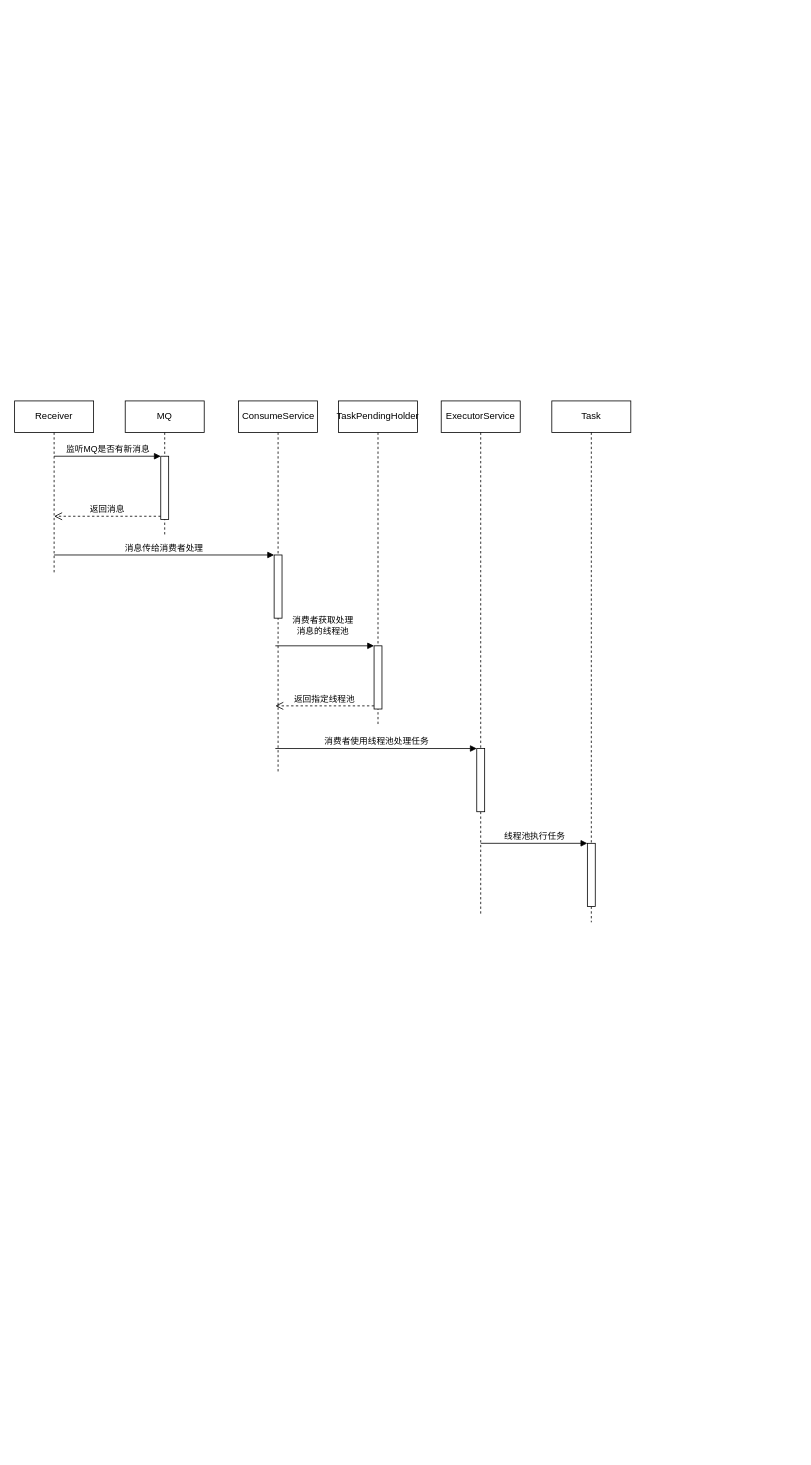
moonckk/drawio keeps this draw.io diagram as austin消费消息流程.drawio. Above is the earlier version. Source tidied: cells renumbered, new cells numbered last; positions are measured from the earlier drawing's top-left corner, leaving out a move shared by most shapes. Both pictures are drawn from the tidied source at 79%, with x=0, y=0 at pixel (14, 401).
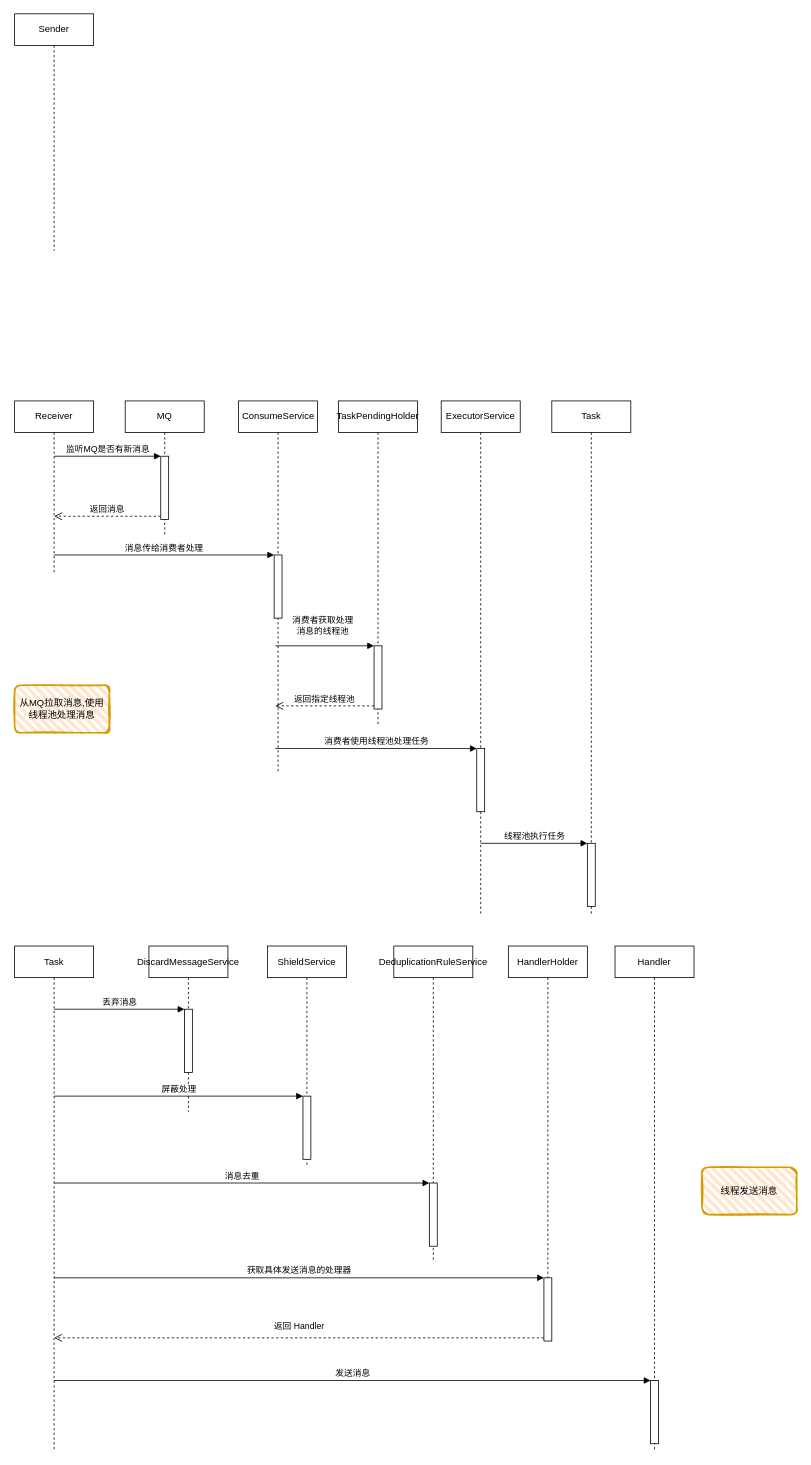
The same diagram, later.

Commit message (it also covers changes not shown here):
更新austin消费消息流程.drawio

The edit, as a diff of the source:
```diff
@@
     <mxCell id="17" value="Task" style="shape=umlLifeline;perimeter=lifelinePerimeter;whiteSpace=wrap;html=1;" parent="1" vertex="1">
-      <mxGeometry x="680" width="100" height="660" as="geometry" />
+      <mxGeometry x="680" width="100" height="650" as="geometry" />
     </mxCell>
@@
+    <mxCell id="20" value="Task" style="shape=umlLifeline;perimeter=lifelinePerimeter;whiteSpace=wrap;html=1;" parent="1" vertex="1">
+      <mxGeometry y="690" width="100" height="640" as="geometry" />
+    </mxCell>
+    <mxCell id="21" value="DiscardMessageService" style="shape=umlLifeline;perimeter=lifelinePerimeter;whiteSpace=wrap;html=1;" parent="1" vertex="1">
+      <mxGeometry x="170" y="690" width="100" height="210" as="geometry" />
+    </mxCell>
+    <mxCell id="22" style="html=1;points=[];perimeter=orthogonalPerimeter;" parent="21" vertex="1">
+      <mxGeometry x="45" y="80" width="10" height="80" as="geometry" />
+    </mxCell>
+    <mxCell id="23" value="ShieldService" style="shape=umlLifeline;perimeter=lifelinePerimeter;whiteSpace=wrap;html=1;" parent="1" vertex="1">
+      <mxGeometry x="320" y="690" width="100" height="280" as="geometry" />
+    </mxCell>
+    <mxCell id="24" style="html=1;points=[];perimeter=orthogonalPerimeter;" parent="23" vertex="1">
+      <mxGeometry x="45" y="190" width="10" height="80" as="geometry" />
+    </mxCell>
+    <mxCell id="25" value="DeduplicationRuleService" style="shape=umlLifeline;perimeter=lifelinePerimeter;whiteSpace=wrap;html=1;" parent="1" vertex="1">
+      <mxGeometry x="480" y="690" width="100" height="400" as="geometry" />
+    </mxCell>
+    <mxCell id="26" style="html=1;points=[];perimeter=orthogonalPerimeter;" parent="25" vertex="1">
+      <mxGeometry x="45" y="300" width="10" height="80" as="geometry" />
+    </mxCell>
+    <mxCell id="27" value="丢弃消息" style="html=1;verticalAlign=bottom;endArrow=block;entryX=0;entryY=0;rounded=0;" parent="1" edge="1" target="22">
+      <mxGeometry relative="1" as="geometry">
+        <mxPoint x="50" y="770" as="sourcePoint" />
+      </mxGeometry>
+    </mxCell>
+    <mxCell id="28" value="屏蔽处理" style="html=1;verticalAlign=bottom;endArrow=block;entryX=0;entryY=0;rounded=0;" parent="1" edge="1" target="24">
+      <mxGeometry relative="1" as="geometry">
+        <mxPoint x="50" y="880" as="sourcePoint" />
+      </mxGeometry>
+    </mxCell>
+    <mxCell id="29" value="消息去重" style="html=1;verticalAlign=bottom;endArrow=block;entryX=0;entryY=0;rounded=0;" parent="1" edge="1" target="26">
+      <mxGeometry relative="1" as="geometry">
+        <mxPoint x="50" y="990" as="sourcePoint" />
+      </mxGeometry>
+    </mxCell>
+    <mxCell id="30" value="HandlerHolder" style="shape=umlLifeline;perimeter=lifelinePerimeter;whiteSpace=wrap;html=1;" parent="1" vertex="1">
+      <mxGeometry x="625" y="690" width="100" height="500" as="geometry" />
+    </mxCell>
+    <mxCell id="31" style="html=1;points=[];perimeter=orthogonalPerimeter;" parent="30" vertex="1">
+      <mxGeometry x="45" y="420" width="10" height="80" as="geometry" />
+    </mxCell>
+    <mxCell id="32" value="获取具体发送消息的处理器" style="html=1;verticalAlign=bottom;endArrow=block;entryX=0;entryY=0;rounded=0;" parent="1" edge="1" target="31">
+      <mxGeometry relative="1" as="geometry">
+        <mxPoint x="50" y="1110" as="sourcePoint" />
+      </mxGeometry>
+    </mxCell>
+    <mxCell id="33" value="返回 Handler" style="html=1;verticalAlign=bottom;endArrow=open;dashed=1;endSize=8;exitX=0;exitY=0.95;rounded=0;" parent="1" edge="1" source="31">
+      <mxGeometry y="-6" relative="1" as="geometry">
+        <mxPoint x="50" y="1186" as="targetPoint" />
+      </mxGeometry>
+    </mxCell>
+    <mxCell id="34" value="Handler" style="shape=umlLifeline;perimeter=lifelinePerimeter;whiteSpace=wrap;html=1;" parent="1" vertex="1">
+      <mxGeometry x="760" y="690" width="100" height="640" as="geometry" />
+    </mxCell>
+    <mxCell id="35" style="html=1;points=[];perimeter=orthogonalPerimeter;" parent="34" vertex="1">
+      <mxGeometry x="45" y="550" width="10" height="80" as="geometry" />
+    </mxCell>
+    <mxCell id="36" value="发送消息" style="html=1;verticalAlign=bottom;endArrow=block;entryX=0;entryY=0;rounded=0;" parent="1" edge="1" target="35">
+      <mxGeometry relative="1" as="geometry">
+        <mxPoint x="50" y="1240" as="sourcePoint" />
+      </mxGeometry>
+    </mxCell>
+    <mxCell id="37" value="从MQ拉取消息,使用线程池处理消息" style="rounded=1;whiteSpace=wrap;html=1;strokeWidth=2;fillWeight=4;hachureGap=8;hachureAngle=45;sketch=1;fillColor=#ffe6cc;strokeColor=#d79b00;" parent="1" vertex="1">
+      <mxGeometry y="360" width="120" height="60" as="geometry" />
+    </mxCell>
+    <mxCell id="38" value="线程发送消息" style="rounded=1;whiteSpace=wrap;html=1;strokeWidth=2;fillWeight=4;hachureGap=8;hachureAngle=45;sketch=1;fillColor=#ffe6cc;strokeColor=#d79b00;" parent="1" vertex="1">
+      <mxGeometry x="870" y="970" width="120" height="60" as="geometry" />
+    </mxCell>
+    <mxCell id="39" value="Sender" style="shape=umlLifeline;perimeter=lifelinePerimeter;whiteSpace=wrap;html=1;" parent="1" vertex="1">
+      <mxGeometry y="-490" width="100" height="300" as="geometry" />
+    </mxCell>
```
